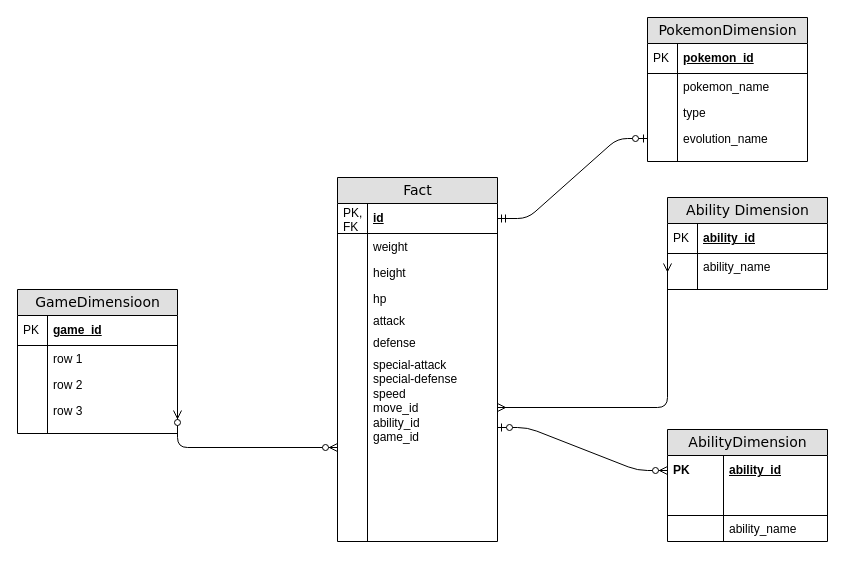
Above: Untitled Diagram.drawio in imranmahmood-mba/pokemon_spark_project (draw.io), before the change. Source tidied: cells renumbered, new cells numbered last; positions are measured from the earlier drawing's top-left corner, leaving out a move shared by most shapes. Both pictures are drawn from the tidied source at 100%, with x=0, y=0 at pixel (17, 17).
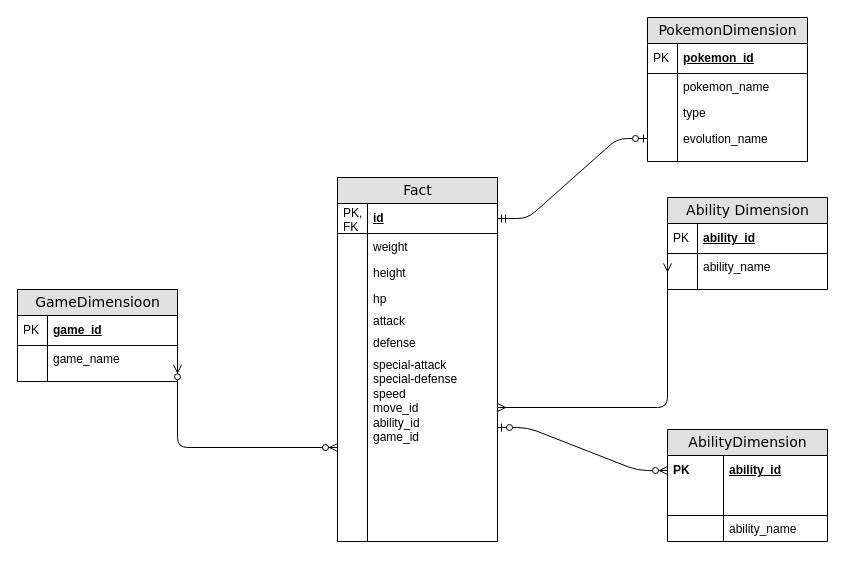
The same diagram, later.

Commit message:
add game dimension

The change refers to these unchanged cells:
```xml
<mxCell id="55" value="special-attack&lt;br&gt;special-defense&lt;br&gt;speed&lt;br&gt;move_id&lt;br&gt;ability_id&lt;br&gt;game_id" style="shape=partialRectangle;top=0;left=0;right=0;bottom=0;html=1;align=left;verticalAlign=top;fillColor=none;spacingLeft=34;spacingRight=4;whiteSpace=wrap;overflow=hidden;points=[[0,0.5],[1,0.5]];portConstraint=eastwest;" parent="42" vertex="1">
  <mxGeometry y="174" width="160" height="190" as="geometry" />
</mxCell>
```

What changed in the source:
```diff
@@
     <mxCell id="9" value="GameDimensioon" style="swimlane;html=1;fontStyle=0;horizontal=1;startSize=26;fillColor=#e0e0e0;swimlaneFillColor=#ffffff;align=center;rounded=0;shadow=0;comic=0;labelBackgroundColor=none;strokeWidth=1;fontFamily=Verdana;fontSize=14;" parent="1" vertex="1">
-      <mxGeometry y="272" width="160" height="144" as="geometry" />
+      <mxGeometry y="272" width="160" height="92" as="geometry" />
     </mxCell>
@@
-    <mxCell id="12" value="row 1" style="shape=partialRectangle;top=0;left=0;right=0;bottom=0;html=1;align=left;verticalAlign=top;fillColor=none;spacingLeft=34;spacingRight=4;whiteSpace=wrap;overflow=hidden;points=[[0,0.5],[1,0.5]];portConstraint=eastwest;" parent="9" vertex="1">
+    <mxCell id="12" value="game_name" style="shape=partialRectangle;top=0;left=0;right=0;bottom=0;html=1;align=left;verticalAlign=top;fillColor=none;spacingLeft=34;spacingRight=4;whiteSpace=wrap;overflow=hidden;points=[[0,0.5],[1,0.5]];portConstraint=eastwest;" parent="9" vertex="1">
       <mxGeometry y="56" width="160" height="26" as="geometry" />
     </mxCell>
@@
-    <mxCell id="14" value="row 2" style="shape=partialRectangle;top=0;left=0;right=0;bottom=0;html=1;align=left;verticalAlign=top;fillColor=none;spacingLeft=34;spacingRight=4;whiteSpace=wrap;overflow=hidden;" parent="9" vertex="1">
-      <mxGeometry y="82" width="160" height="26" as="geometry" />
-    </mxCell>
-    <mxCell id="15" style="shape=partialRectangle;top=0;left=0;bottom=0;html=1;fillColor=none;align=left;verticalAlign=top;spacingLeft=4;spacingRight=4;whiteSpace=wrap;overflow=hidden;" parent="14" vertex="1">
-      <mxGeometry width="30" height="26" as="geometry" />
-    </mxCell>
-    <mxCell id="16" value="row 3" style="shape=partialRectangle;top=0;left=0;right=0;bottom=0;html=1;align=left;verticalAlign=top;fillColor=none;spacingLeft=34;spacingRight=4;whiteSpace=wrap;overflow=hidden;points=[[0,0.5],[1,0.5]];portConstraint=eastwest;" parent="9" vertex="1">
-      <mxGeometry y="108" width="160" height="26" as="geometry" />
-    </mxCell>
-    <mxCell id="17" style="shape=partialRectangle;top=0;left=0;bottom=0;html=1;fillColor=none;align=left;verticalAlign=top;spacingLeft=4;spacingRight=4;whiteSpace=wrap;overflow=hidden;" parent="16" vertex="1">
-      <mxGeometry width="30" height="26" as="geometry" />
-    </mxCell>
     <mxCell id="18" style="shape=partialRectangle;top=0;left=0;right=0;bottom=0;html=1;align=left;verticalAlign=top;fillColor=none;spacingLeft=34;spacingRight=4;whiteSpace=wrap;overflow=hidden;" parent="9" vertex="1">
-      <mxGeometry y="134" width="160" height="10" as="geometry" />
+      <mxGeometry y="82" width="160" height="10" as="geometry" />
     </mxCell>
@@
-    <mxCell id="38" style="edgeStyle=orthogonalEdgeStyle;html=1;endArrow=ERzeroToMany;endFill=1;startArrow=ERzeroToMany;labelBackgroundColor=none;fontFamily=Verdana;fontSize=14;entryX=1;entryY=0.5;entryDx=0;entryDy=0;" parent="1" edge="1" source="55" target="16">
+    <mxCell id="38" style="edgeStyle=orthogonalEdgeStyle;html=1;endArrow=ERzeroToMany;endFill=1;startArrow=ERzeroToMany;labelBackgroundColor=none;fontFamily=Verdana;fontSize=14;entryX=1;entryY=0.742;entryDx=0;entryDy=0;entryPerimeter=0;" parent="1" edge="1" source="55" target="12">
       <mxGeometry relative="1" as="geometry">
         <Array as="points">
           <mxPoint x="160" y="430" />
         </Array>
       </mxGeometry>
     </mxCell>
```
